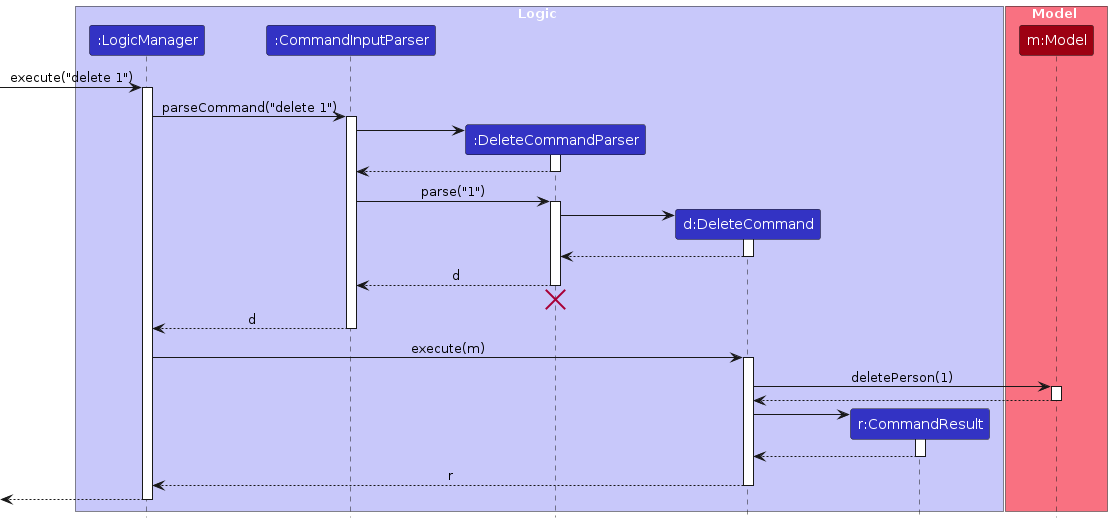
Above: diagrams/DeleteSequenceDiagram.png in AY2627S1-CS2103T-T09-2/tp (PlantUML), before the change. Its source is kept beside it as diagrams/DeleteSequenceDiagram.puml.
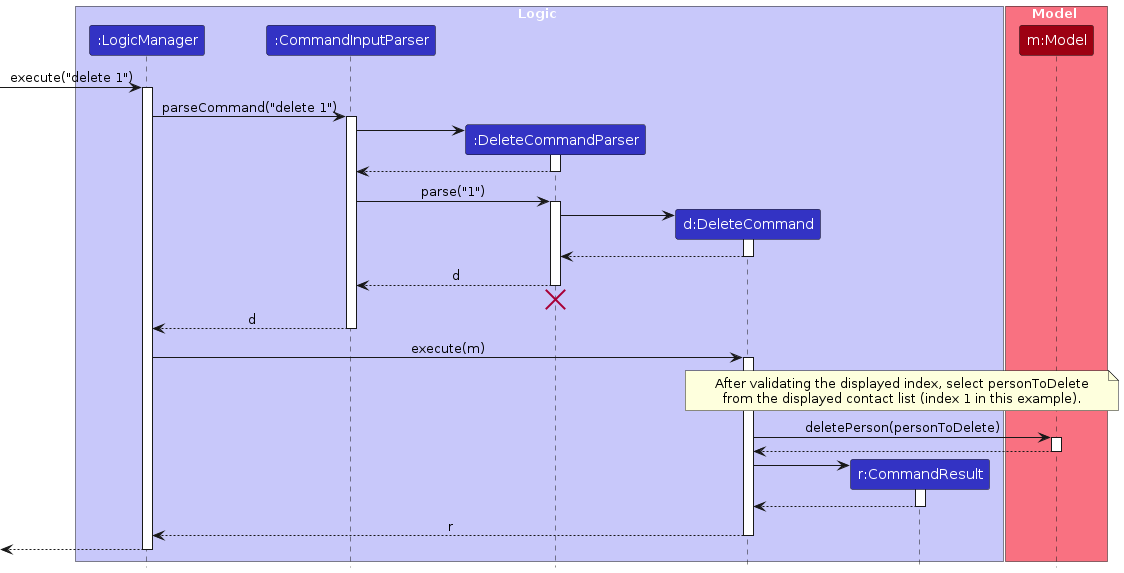
Later version of the same file.

The edit, as a diff of the source:
```diff
@@ -48,7 +48,12 @@
 LogicManager -> DeleteCommand : execute(m)
 activate DeleteCommand
 
-DeleteCommand -> Model : deletePerson(1)
+note over DeleteCommand, Model
+After validating the displayed index, select personToDelete
+from the displayed contact list (index 1 in this example).
+end note
+
+DeleteCommand -> Model : deletePerson(personToDelete)
 activate Model
 
 Model --> DeleteCommand
```
